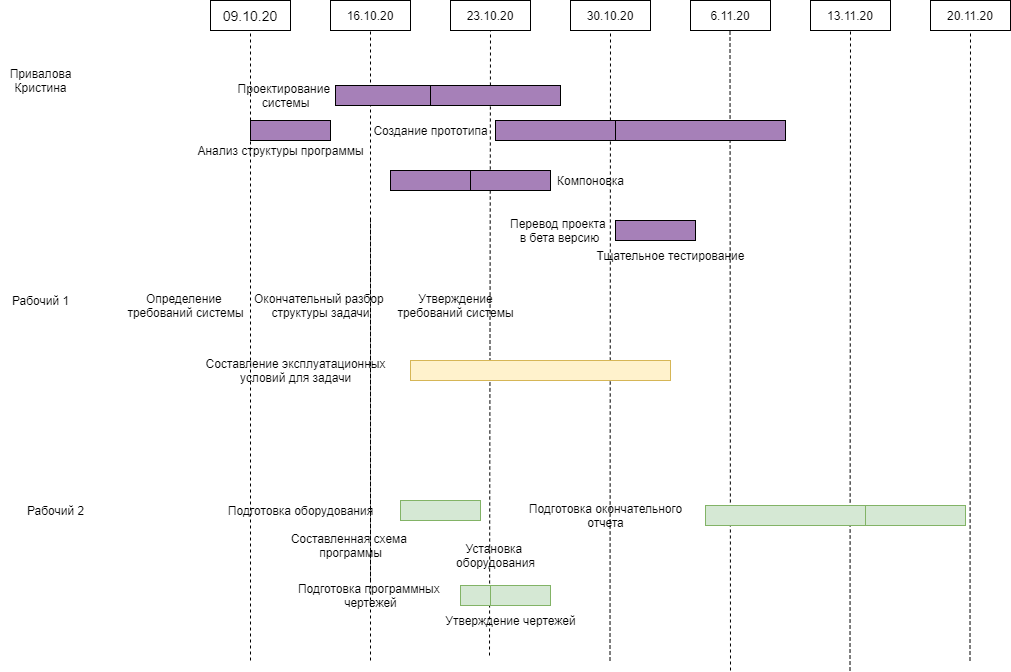
The draw.io diagram Diagram of the Disribution of Participats by Stage.png in krimberg/Alarm-clock, before a commit. Source tidied: cells renumbered, new cells last; positions are measured from the earlier drawing's top-left corner, leaving out a move shared by most shapes.
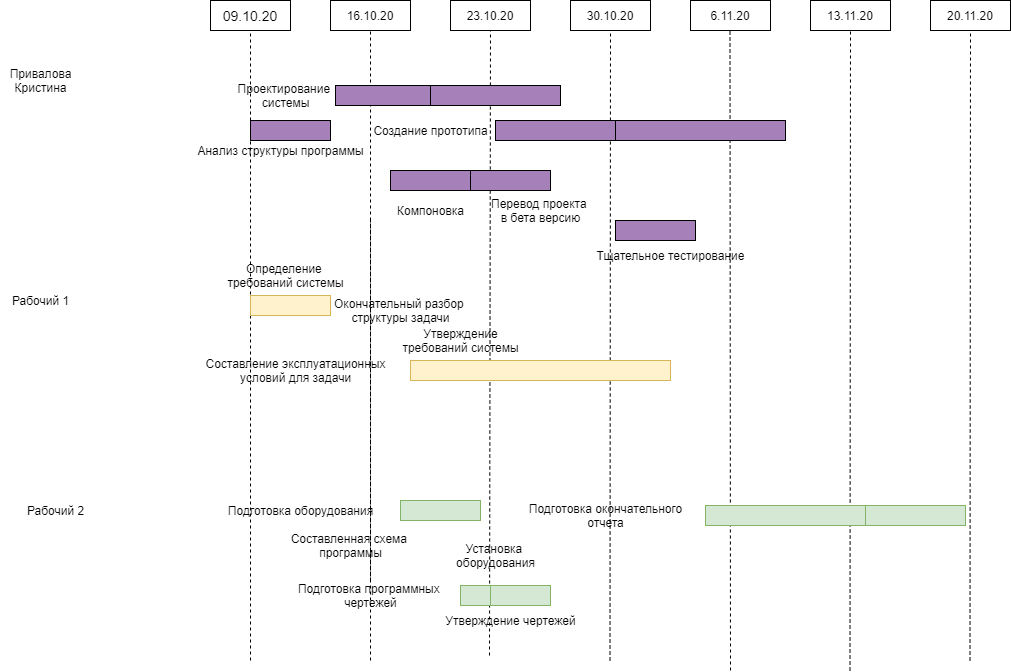
After the commit.

Change to the diagram source:
```diff
@@ -101,16 +101,16 @@
       </mxGeometry>
     </mxCell>
     <mxCell id="30" value="Определение &lt;br&gt;требований системы" style="text;html=1;align=center;verticalAlign=middle;" parent="1" vertex="1">
-      <mxGeometry x="120" y="290" width="130" height="30" as="geometry" />
+      <mxGeometry x="220" y="260" width="130" height="30" as="geometry" />
     </mxCell>
     <mxCell id="31" value="Утверждение&lt;br&gt;требований системы" style="text;html=1;align=center;verticalAlign=middle;" parent="1" vertex="1">
-      <mxGeometry x="390" y="290" width="130" height="30" as="geometry" />
+      <mxGeometry x="395" y="325" width="130" height="30" as="geometry" />
     </mxCell>
     <mxCell id="32" value="Проектирование&amp;nbsp;&lt;br&gt;системы" style="text;html=1;align=center;verticalAlign=middle;" parent="1" vertex="1">
       <mxGeometry x="230" y="80" width="110" height="30" as="geometry" />
     </mxCell>
     <mxCell id="33" value="Окончательный разбор&amp;nbsp;&lt;br&gt;структуры&amp;nbsp;задачи" style="text;html=1;align=center;verticalAlign=middle;" parent="1" vertex="1">
-      <mxGeometry x="245" y="290" width="150" height="30" as="geometry" />
+      <mxGeometry x="325" y="295" width="150" height="30" as="geometry" />
     </mxCell>
     <mxCell id="34" value="Подготовка оборудования" style="text;html=1;align=center;verticalAlign=middle;" parent="1" vertex="1">
       <mxGeometry x="220" y="500" width="160" height="20" as="geometry" />
@@ -143,10 +143,10 @@
       <mxGeometry x="365" y="120" width="130" height="20" as="geometry" />
     </mxCell>
     <mxCell id="43" value="Компоновка&lt;br&gt;" style="text;html=1;align=center;verticalAlign=middle;" parent="1" vertex="1">
-      <mxGeometry x="550" y="170" width="80" height="20" as="geometry" />
+      <mxGeometry x="390" y="200" width="80" height="20" as="geometry" />
     </mxCell>
     <mxCell id="44" value="Перевод проекта &lt;br&gt;в бета версию" style="text;html=1;align=center;verticalAlign=middle;" parent="1" vertex="1">
-      <mxGeometry x="504" y="215" width="110" height="30" as="geometry" />
+      <mxGeometry x="485" y="195" width="110" height="30" as="geometry" />
     </mxCell>
     <mxCell id="45" value="Тщательное тестирование" style="text;html=1;align=center;verticalAlign=middle;" parent="1" vertex="1">
       <mxGeometry x="590" y="245" width="160" height="20" as="geometry" />
@@ -163,5 +163,8 @@
     <mxCell id="49" value="Рабочий 2" style="text;html=1;align=center;verticalAlign=middle;" parent="1" vertex="1">
       <mxGeometry x="20" y="500" width="70" height="20" as="geometry" />
     </mxCell>
+    <mxCell id="50" style="rounded=0;whiteSpace=wrap;html=1;fillColor=#fff2cc;strokeColor=#d6b656;" parent="1" vertex="1">
+      <mxGeometry x="250" y="295" width="80" height="20" as="geometry" />
+    </mxCell>
   </root>
 </mxGraphModel>
```
